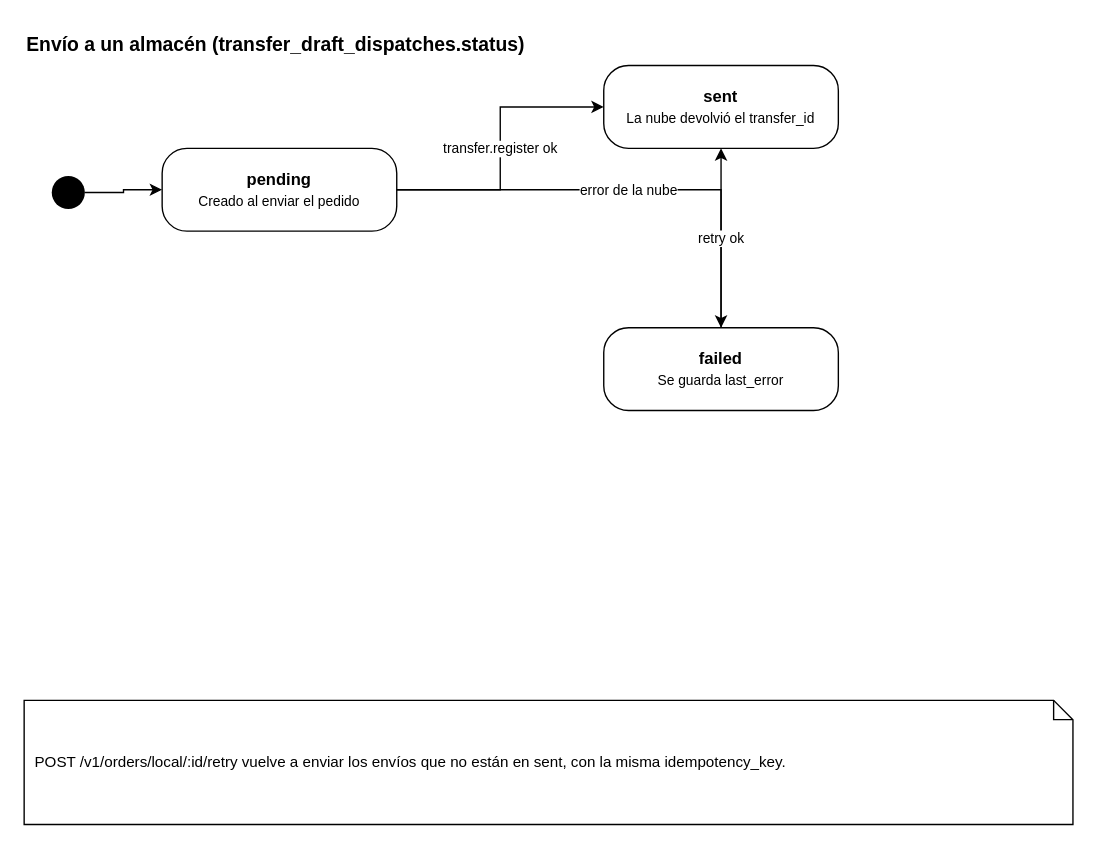
Before: documents/diagrams/states/order-dispatch.drawio in Andry510/miyabi-restaurant-server, a draw.io diagram. Source tidied: cells renumbered, new cells numbered last; positions are measured from the earlier drawing's top-left corner, leaving out a move shared by most shapes. Both pictures are drawn from the tidied source at 138%, with x=0, y=0 at pixel (23, 23).
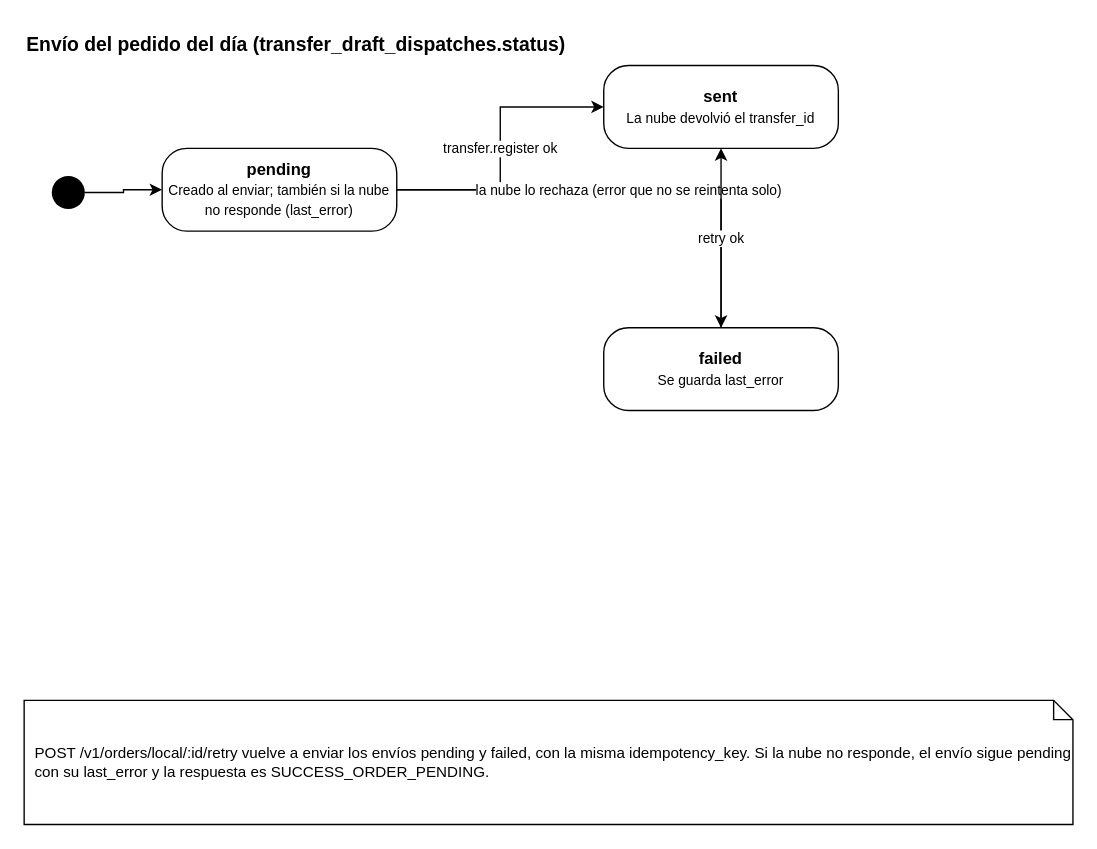
The same diagram, later.

Change to the diagram source:
```diff
@@
 <mxGraphModel>
   <root>
     <mxCell id="0" />
     <mxCell id="1" parent="0" />
-    <mxCell id="2" value="Envío a un almacén (transfer_draft_dispatches.status)" style="text;html=1;align=left;verticalAlign=middle;fontStyle=1;fontSize=14;" parent="1" vertex="1">
+    <mxCell id="2" value="Envío del pedido del día (transfer_draft_dispatches.status)" style="text;html=1;align=left;verticalAlign=middle;fontStyle=1;fontSize=14;" parent="1" vertex="1">
       <mxGeometry width="700" height="30" as="geometry" />
     </mxCell>
     <mxCell id="3" style="ellipse;fillColor=#000000;strokeColor=none;html=1;" parent="1" vertex="1">
       <mxGeometry x="20" y="110" width="24" height="24" as="geometry" />
     </mxCell>
-    <mxCell id="4" value="&lt;b&gt;pending&lt;/b&gt;&lt;br&gt;&lt;font style=&quot;font-size: 10px;&quot;&gt;Creado al enviar el pedido&lt;/font&gt;" style="rounded=1;whiteSpace=wrap;html=1;arcSize=30;" parent="1" vertex="1">
+    <mxCell id="4" value="&lt;b&gt;pending&lt;/b&gt;&lt;br&gt;&lt;font style=&quot;font-size: 10px;&quot;&gt;Creado al enviar; también si la nube no responde (last_error)&lt;/font&gt;" style="rounded=1;whiteSpace=wrap;html=1;arcSize=30;" parent="1" vertex="1">
       <mxGeometry x="100" y="90" width="170" height="60" as="geometry" />
     </mxCell>
     <mxCell id="5" value="&lt;b&gt;sent&lt;/b&gt;&lt;br&gt;&lt;font style=&quot;font-size: 10px;&quot;&gt;La nube devolvió el transfer_id&lt;/font&gt;" style="rounded=1;whiteSpace=wrap;html=1;arcSize=30;" parent="1" vertex="1">
       <mxGeometry x="420" y="30" width="170" height="60" as="geometry" />
     </mxCell>
     <mxCell id="6" value="&lt;b&gt;failed&lt;/b&gt;&lt;br&gt;&lt;font style=&quot;font-size: 10px;&quot;&gt;Se guarda last_error&lt;/font&gt;" style="rounded=1;whiteSpace=wrap;html=1;arcSize=30;" parent="1" vertex="1">
       <mxGeometry x="420" y="220" width="170" height="60" as="geometry" />
     </mxCell>
     <mxCell id="7" style="edgeStyle=orthogonalEdgeStyle;rounded=0;html=1;" parent="1" edge="1" source="3" target="4">
       <mxGeometry relative="1" as="geometry" />
     </mxCell>
     <mxCell id="8" value="transfer.register ok" style="edgeStyle=orthogonalEdgeStyle;rounded=0;html=1;fontSize=10;" parent="1" edge="1" source="4" target="5">
       <mxGeometry relative="1" as="geometry" />
     </mxCell>
-    <mxCell id="9" value="error de la nube" style="edgeStyle=orthogonalEdgeStyle;rounded=0;html=1;fontSize=10;" parent="1" edge="1" source="4" target="6">
+    <mxCell id="9" value="la nube lo rechaza (error que no se reintenta solo)" style="edgeStyle=orthogonalEdgeStyle;rounded=0;html=1;fontSize=10;" parent="1" edge="1" source="4" target="6">
       <mxGeometry relative="1" as="geometry" />
     </mxCell>
     <mxCell id="10" value="retry ok" style="edgeStyle=orthogonalEdgeStyle;rounded=0;html=1;fontSize=10;" parent="1" edge="1" source="6" target="5">
       <mxGeometry relative="1" as="geometry" />
     </mxCell>
-    <mxCell id="11" value="POST /v1/orders/local/:id/retry vuelve a enviar los envíos que no están en sent, con la misma idempotency_key." style="shape=note;whiteSpace=wrap;html=1;size=14;align=left;spacingLeft=6;fontSize=11;" parent="1" vertex="1">
+    <mxCell id="11" value="POST /v1/orders/local/:id/retry vuelve a enviar los envíos pending y failed, con la misma idempotency_key. Si la nube no responde, el envío sigue pending con su last_error y la respuesta es SUCCESS_ORDER_PENDING." style="shape=note;whiteSpace=wrap;html=1;size=14;align=left;spacingLeft=6;fontSize=11;" parent="1" vertex="1">
       <mxGeometry y="490" width="760" height="90" as="geometry" />
     </mxCell>
   </root>
 </mxGraphModel>
```
